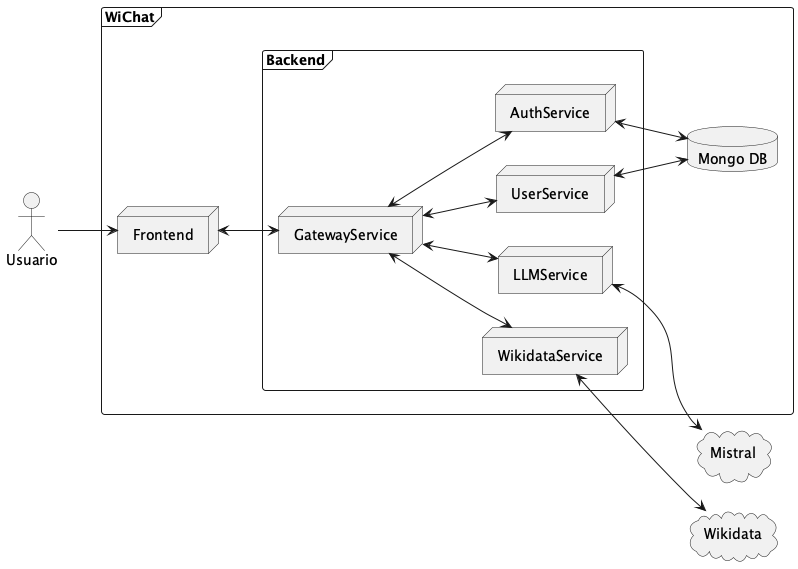
Above: images/Backend.png in Arquisoft/wichat_es5b (PlantUML), before the change. Source of this version:
```plantuml
@startuml
skinparam monochrome true
left to right direction

actor "Usuario"

frame WiChat {
  node "Frontend"

  frame Backend {
    node "GatewayService"

    node "UserService"

    node "AuthService"

    node "LLMService"

    node "WikidataService"
  }

  database "Mongo DB"
}

cloud "Wikidata"

cloud "Mistral"

"Usuario" --> "Frontend"
"Frontend" <--> "GatewayService"
"GatewayService" <--> "UserService"
"GatewayService" <--> "AuthService"
"GatewayService" <--> "LLMService"
"GatewayService" <--> "WikidataService"
"UserService" <--> "Mongo DB"
"AuthService" <--> "Mongo DB"
"LLMService" <--> "Mistral"
"WikidataService" <--> "Wikidata"


@enduml
```
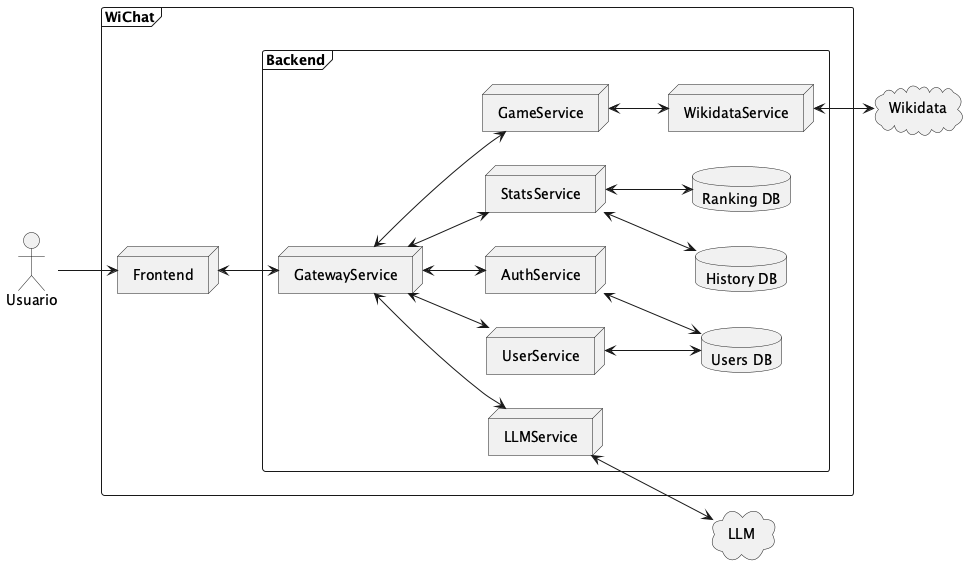
The same diagram one commit later.

Change to the diagram source:
```diff
@@ -14,27 +14,39 @@
 
     node "AuthService"
 
+    node "StatsService"
+
     node "LLMService"
 
+    node "GameService"
+
     node "WikidataService"
+
+    database "Users DB"
+
+    database "History DB"
+
+    database "Ranking DB"
   }
-
-  database "Mongo DB"
 }
 
 cloud "Wikidata"
 
-cloud "Mistral"
+cloud "LLM"
 
 "Usuario" --> "Frontend"
 "Frontend" <--> "GatewayService"
 "GatewayService" <--> "UserService"
 "GatewayService" <--> "AuthService"
 "GatewayService" <--> "LLMService"
-"GatewayService" <--> "WikidataService"
-"UserService" <--> "Mongo DB"
-"AuthService" <--> "Mongo DB"
-"LLMService" <--> "Mistral"
+"GatewayService" <--> "GameService"
+"GatewayService" <--> "StatsService"
+"GameService" <--> "WikidataService"
+"UserService" <--> "Users DB"
+"AuthService" <--> "Users DB"
+"StatsService" <--> "History DB"
+"StatsService" <--> "Ranking DB"
+"LLMService" <--> "LLM"
 "WikidataService" <--> "Wikidata"
 
 
```
